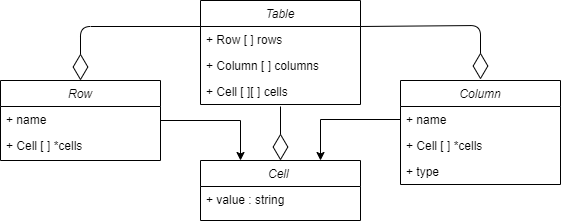
This is Сoursework/универсальный тип данных.png from ChernyHleb/MyLabs, a draw.io export, as it was before one commit. Source tidied: cells renumbered, new cells last; positions are measured from the earlier drawing's top-left corner, leaving out a move shared by most shapes.
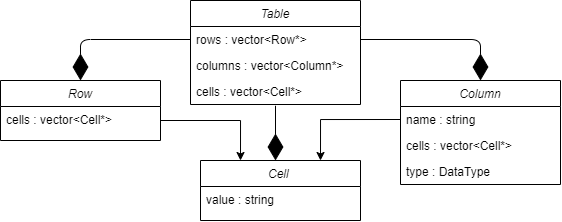
The same diagram one commit later.

Commit message:
исправил диаграмму классов

What changed in the source:
```diff
@@ -3,69 +3,69 @@
     <mxCell id="0" />
     <mxCell id="1" parent="0" />
     <mxCell id="2" value="Table" style="swimlane;fontStyle=2;align=center;verticalAlign=top;horizontal=1;startSize=26;rounded=0;shadow=0;strokeWidth=1;" parent="1" vertex="1">
-      <mxGeometry x="200" width="160" height="104" as="geometry" />
+      <mxGeometry x="190" width="170" height="104" as="geometry" />
     </mxCell>
-    <mxCell id="3" value="+ Row [ ] rows" style="text;align=left;verticalAlign=top;spacingLeft=4;spacingRight=4;overflow=hidden;" parent="2" vertex="1">
-      <mxGeometry y="26" width="160" height="26" as="geometry" />
-    </mxCell>
-    <mxCell id="4" value="+ Column [ ] columns" style="text;align=left;verticalAlign=top;spacingLeft=4;spacingRight=4;overflow=hidden;" parent="2" vertex="1">
-      <mxGeometry y="52" width="160" height="26" as="geometry" />
-    </mxCell>
-    <mxCell id="5" value="+ Cell [ ][ ] cells" style="text;align=left;verticalAlign=top;spacingLeft=4;spacingRight=4;overflow=hidden;" parent="2" vertex="1">
-      <mxGeometry y="78" width="160" height="26" as="geometry" />
-    </mxCell>
+    <mxCell id="20" value="rows : vector&lt;Row*&gt;" style="text;align=left;verticalAlign=top;spacingLeft=4;spacingRight=4;overflow=hidden;points=[[0,0.5],[1,0.5]];portConstraint=eastwest;" parent="2" vertex="1">
+      <mxGeometry y="26" width="170" height="26" as="geometry" />
+    </mxCell>
+    <mxCell id="21" value="columns : vector&lt;Column*&gt;" style="text;align=left;verticalAlign=top;spacingLeft=4;spacingRight=4;overflow=hidden;" parent="2" vertex="1">
+      <mxGeometry y="52" width="170" height="26" as="geometry" />
+    </mxCell>
+    <mxCell id="22" value="cells : vector&lt;Cell*&gt;" style="text;align=left;verticalAlign=top;spacingLeft=4;spacingRight=4;overflow=hidden;points=[[0,0.5],[1,0.5]];portConstraint=eastwest;" parent="2" vertex="1">
+      <mxGeometry y="78" width="170" height="26" as="geometry" />
+    </mxCell>
     <mxCell id="6" style="edgeStyle=orthogonalEdgeStyle;rounded=0;jettySize=auto;html=1;entryX=0.25;entryY=0;entryDx=0;entryDy=0;" parent="1" edge="1" source="7" target="14">
-      <mxGeometry relative="1" as="geometry" />
+      <mxGeometry relative="1" as="geometry">
+        <Array as="points">
+          <mxPoint x="240" y="120" />
+        </Array>
+      </mxGeometry>
     </mxCell>
     <mxCell id="7" value="Row" style="swimlane;fontStyle=2;align=center;verticalAlign=top;horizontal=1;startSize=26;rounded=0;shadow=0;strokeWidth=1;" parent="1" vertex="1">
-      <mxGeometry y="80" width="160" height="80" as="geometry" />
+      <mxGeometry y="80" width="160" height="60" as="geometry" />
     </mxCell>
-    <mxCell id="8" value="+ name" style="text;align=left;verticalAlign=top;spacingLeft=4;spacingRight=4;overflow=hidden;" parent="7" vertex="1">
-      <mxGeometry y="26" width="160" height="26" as="geometry" />
-    </mxCell>
-    <mxCell id="9" value="+ Cell [ ] *cells" style="text;align=left;verticalAlign=top;spacingLeft=4;spacingRight=4;overflow=hidden;" parent="7" vertex="1">
-      <mxGeometry y="52" width="160" height="26" as="geometry" />
-    </mxCell>
+    <mxCell id="23" value="cells : vector&lt;Cell*&gt;" style="text;align=left;verticalAlign=top;spacingLeft=4;spacingRight=4;overflow=hidden;" parent="7" vertex="1">
+      <mxGeometry y="26" width="160" height="24" as="geometry" />
+    </mxCell>
     <mxCell id="10" value="Column" style="swimlane;fontStyle=2;align=center;verticalAlign=top;horizontal=1;startSize=26;rounded=0;shadow=0;strokeWidth=1;" parent="1" vertex="1">
       <mxGeometry x="400" y="80" width="160" height="104" as="geometry" />
     </mxCell>
-    <mxCell id="11" value="+ name" style="text;align=left;verticalAlign=top;spacingLeft=4;spacingRight=4;overflow=hidden;points=[[0,0.5],[1,0.5]];portConstraint=eastwest;" parent="10" vertex="1">
-      <mxGeometry y="26" width="160" height="26" as="geometry" />
-    </mxCell>
-    <mxCell id="12" value="+ Cell [ ] *cells" style="text;align=left;verticalAlign=top;spacingLeft=4;spacingRight=4;overflow=hidden;" parent="10" vertex="1">
-      <mxGeometry y="52" width="160" height="26" as="geometry" />
-    </mxCell>
-    <mxCell id="13" value="+ type" style="text;align=left;verticalAlign=top;spacingLeft=4;spacingRight=4;overflow=hidden;" parent="10" vertex="1">
-      <mxGeometry y="78" width="160" height="26" as="geometry" />
-    </mxCell>
+    <mxCell id="24" value="name : string" style="text;align=left;verticalAlign=top;spacingLeft=4;spacingRight=4;overflow=hidden;points=[[0,0.5],[1,0.5]];portConstraint=eastwest;" parent="10" vertex="1">
+      <mxGeometry y="26" width="160" height="26" as="geometry" />
+    </mxCell>
+    <mxCell id="25" value="cells : vector&lt;Cell*&gt;" style="text;align=left;verticalAlign=top;spacingLeft=4;spacingRight=4;overflow=hidden;" parent="10" vertex="1">
+      <mxGeometry y="52" width="160" height="26" as="geometry" />
+    </mxCell>
+    <mxCell id="26" value="type : DataType" style="text;align=left;verticalAlign=top;spacingLeft=4;spacingRight=4;overflow=hidden;" parent="10" vertex="1">
+      <mxGeometry y="78" width="160" height="26" as="geometry" />
+    </mxCell>
     <mxCell id="14" value="Cell " style="swimlane;fontStyle=2;align=center;verticalAlign=top;horizontal=1;startSize=26;rounded=0;shadow=0;strokeWidth=1;" parent="1" vertex="1">
       <mxGeometry x="200" y="160" width="160" height="60" as="geometry" />
     </mxCell>
-    <mxCell id="15" value="+ value : string " style="text;align=left;verticalAlign=top;spacingLeft=4;spacingRight=4;overflow=hidden;" parent="14" vertex="1">
-      <mxGeometry y="26" width="160" height="26" as="geometry" />
-    </mxCell>
-    <mxCell id="16" style="endArrow=diamondThin;endFill=0;endSize=24;html=1;exitX=0;exitY=0.25;exitDx=0;exitDy=0;entryX=0.5;entryY=0;entryDx=0;entryDy=0;" parent="1" edge="1" source="2" target="7">
-      <mxGeometry relative="1" as="geometry">
-        <Array as="points">
-          <mxPoint x="80" y="26" />
-        </Array>
-      </mxGeometry>
-    </mxCell>
-    <mxCell id="17" style="endArrow=diamondThin;endFill=0;endSize=24;html=1;exitX=1;exitY=0.25;exitDx=0;exitDy=0;entryX=0.5;entryY=0;entryDx=0;entryDy=0;" parent="1" edge="1" source="2">
-      <mxGeometry relative="1" as="geometry">
-        <mxPoint x="480" y="79" as="targetPoint" />
-        <Array as="points">
-          <mxPoint x="480" y="25" />
-        </Array>
-      </mxGeometry>
-    </mxCell>
-    <mxCell id="18" style="endArrow=diamondThin;endFill=0;endSize=24;html=1;entryX=0.5;entryY=0;entryDx=0;entryDy=0;" parent="1" edge="1" target="14">
-      <mxGeometry relative="1" as="geometry">
-        <mxPoint x="280" y="106" as="sourcePoint" />
-      </mxGeometry>
-    </mxCell>
-    <mxCell id="19" style="edgeStyle=orthogonalEdgeStyle;rounded=0;jettySize=auto;html=1;exitX=0;exitY=0.5;exitDx=0;exitDy=0;entryX=0.75;entryY=0;entryDx=0;entryDy=0;" parent="1" edge="1" source="11" target="14">
-      <mxGeometry relative="1" as="geometry" />
-    </mxCell>
+    <mxCell id="27" value="value : string " style="text;align=left;verticalAlign=top;spacingLeft=4;spacingRight=4;overflow=hidden;" parent="14" vertex="1">
+      <mxGeometry y="26" width="160" height="26" as="geometry" />
+    </mxCell>
+    <mxCell id="28" style="edgeStyle=orthogonalEdgeStyle;rounded=0;jettySize=auto;html=1;exitX=0;exitY=0.5;exitDx=0;exitDy=0;entryX=0.75;entryY=0;entryDx=0;entryDy=0;" parent="1" edge="1" source="24" target="14">
+      <mxGeometry relative="1" as="geometry" />
+    </mxCell>
+    <mxCell id="29" style="endArrow=diamondThin;endFill=1;endSize=24;html=1;exitX=0.5;exitY=1.049;exitDx=0;exitDy=0;exitPerimeter=0;" parent="1" edge="1" source="22">
+      <mxGeometry relative="1" as="geometry">
+        <mxPoint x="275" y="160" as="targetPoint" />
+      </mxGeometry>
+    </mxCell>
+    <mxCell id="30" style="endArrow=diamondThin;endFill=1;endSize=24;html=1;entryX=0.5;entryY=0;entryDx=0;entryDy=0;exitX=0;exitY=0.5;exitDx=0;exitDy=0;" parent="1" edge="1" source="20" target="7">
+      <mxGeometry relative="1" as="geometry">
+        <Array as="points">
+          <mxPoint x="80" y="39" />
+        </Array>
+      </mxGeometry>
+    </mxCell>
+    <mxCell id="31" style="endArrow=diamondThin;endFill=1;endSize=24;html=1;entryX=0.5;entryY=0;entryDx=0;entryDy=0;exitX=1;exitY=0.5;exitDx=0;exitDy=0;" parent="1" edge="1" source="20" target="10">
+      <mxGeometry relative="1" as="geometry">
+        <Array as="points">
+          <mxPoint x="480" y="39" />
+        </Array>
+      </mxGeometry>
+    </mxCell>
   </root>
 </mxGraphModel>
```
